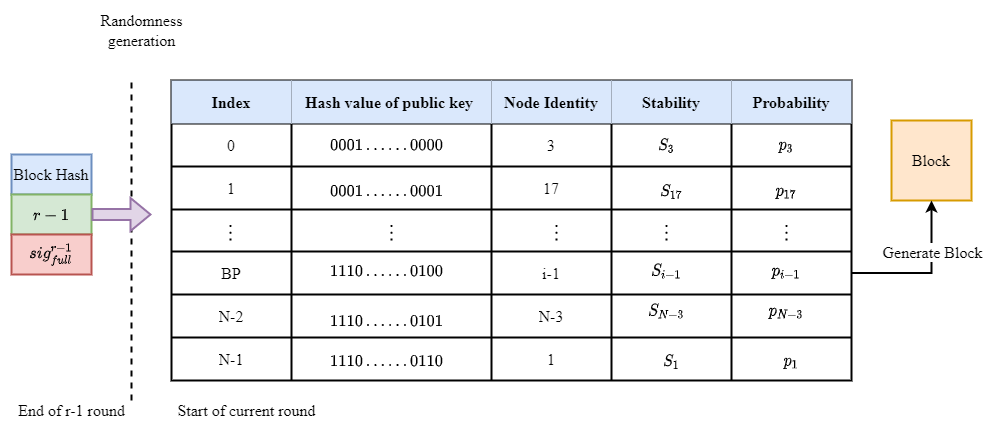
This is Doc/PHD_Papers/Thesis_Paper/Stable Wireless Blockchain Consensus Protocol/A_Stable_Consensus_protoccol_in_Wireless_Blockchain_System_EN/pics/block_proposer.png from LiZhang2021/Blockchain, a draw.io export, as it was before one commit. Source tidied: cells renumbered, new cells last; positions are measured from the earlier drawing's top-left corner, leaving out a move shared by most shapes.
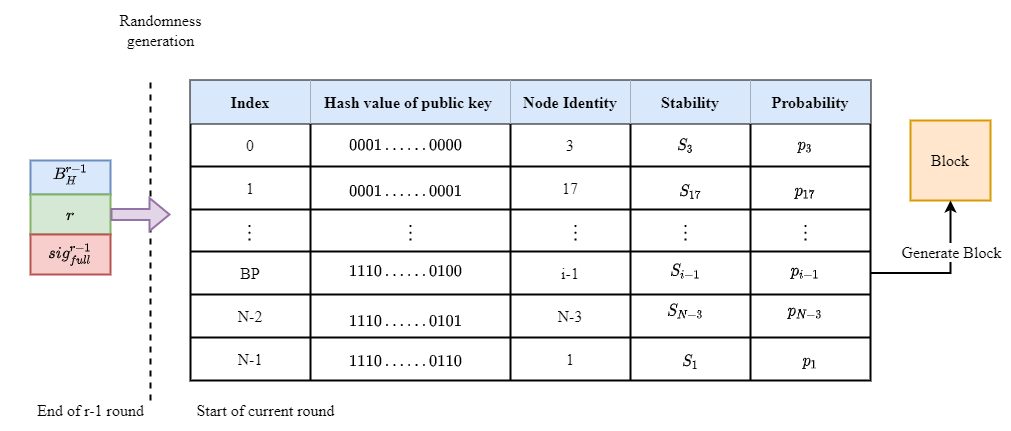
The same diagram one commit later.

What changed in the source:
```diff
@@ -155,10 +155,10 @@
     <mxCell id="52" value="$$\vdots$$" style="text;html=1;align=center;verticalAlign=middle;strokeColor=none;fillColor=none;fontSize=16;fontFamily=Times New Roman;" parent="1" vertex="1">
       <mxGeometry x="500" y="210" width="90" height="20" as="geometry" />
     </mxCell>
-    <mxCell id="53" value="Block Hash" style="rounded=0;whiteSpace=wrap;html=1;fontFamily=Times New Roman;fontSize=16;strokeWidth=2;fillColor=#dae8fc;strokeColor=#6c8ebf;" parent="1" vertex="1">
-      <mxGeometry y="144" width="80" height="40" as="geometry" />
+    <mxCell id="53" style="rounded=0;whiteSpace=wrap;html=1;fontFamily=Times New Roman;fontSize=16;strokeWidth=2;fillColor=#dae8fc;strokeColor=#6c8ebf;" parent="1" vertex="1">
+      <mxGeometry y="150" width="80" height="34" as="geometry" />
     </mxCell>
-    <mxCell id="54" value="$$r-1$$" style="rounded=0;whiteSpace=wrap;html=1;fontFamily=Times New Roman;fontSize=16;strokeWidth=2;fillColor=#d5e8d4;strokeColor=#82b366;" parent="1" vertex="1">
+    <mxCell id="54" value="$$r$$" style="rounded=0;whiteSpace=wrap;html=1;fontFamily=Times New Roman;fontSize=16;strokeWidth=2;fillColor=#d5e8d4;strokeColor=#82b366;" parent="1" vertex="1">
       <mxGeometry y="184" width="80" height="40" as="geometry" />
     </mxCell>
     <mxCell id="55" value="$$sig_{full}^{r-1}$$" style="rounded=0;whiteSpace=wrap;html=1;fontFamily=Times New Roman;fontSize=16;strokeWidth=2;fillColor=#f8cecc;strokeColor=#b85450;" parent="1" vertex="1">
@@ -231,5 +231,8 @@
     <mxCell id="75" value="Randomness&lt;br&gt;generation" style="text;html=1;align=center;verticalAlign=middle;strokeColor=none;fillColor=none;fontSize=16;fontFamily=Times New Roman;" parent="1" vertex="1">
       <mxGeometry x="80" width="100" height="40" as="geometry" />
     </mxCell>
+    <mxCell id="76" value="&lt;span style=&quot;font-family: &amp;#34;times new roman&amp;#34; ; font-size: 16px&quot;&gt;$$B_H^{r-1}$$&amp;nbsp;&lt;/span&gt;" style="text;html=1;align=center;verticalAlign=middle;strokeColor=none;fillColor=none;" parent="1" vertex="1">
+      <mxGeometry x="-20" y="164" width="120" height="20" as="geometry" />
+    </mxCell>
   </root>
 </mxGraphModel>
```
